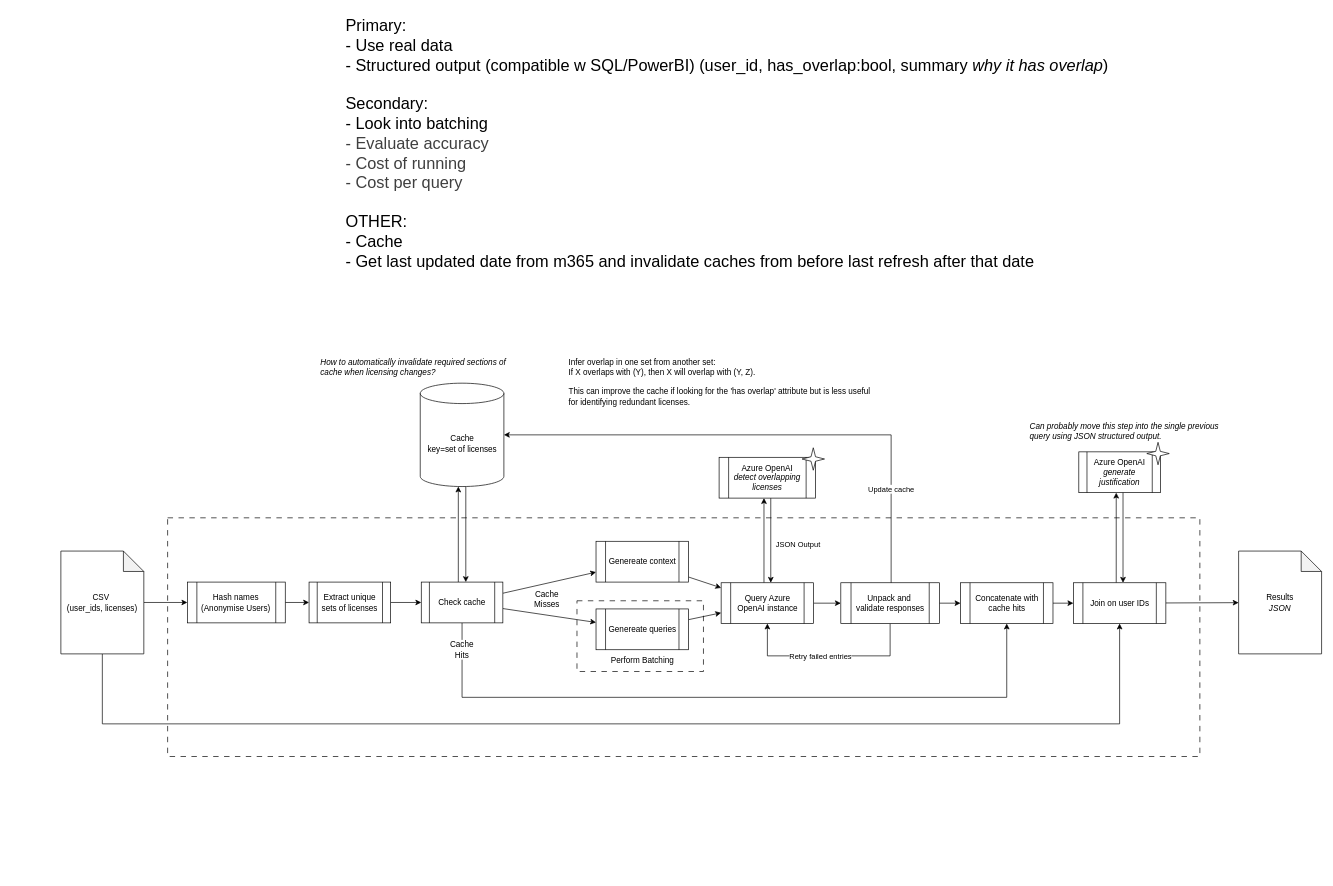
isaakchoi/m365-license-optimiser keeps this draw.io diagram as v5/architecture.drawio. Above is the earlier version. Source tidied: cells renumbered, new cells numbered last; positions are measured from the earlier drawing's top-left corner, leaving out a move shared by most shapes. Both pictures are drawn from the tidied source at 68%, with x=0, y=0 at pixel (61, 12).
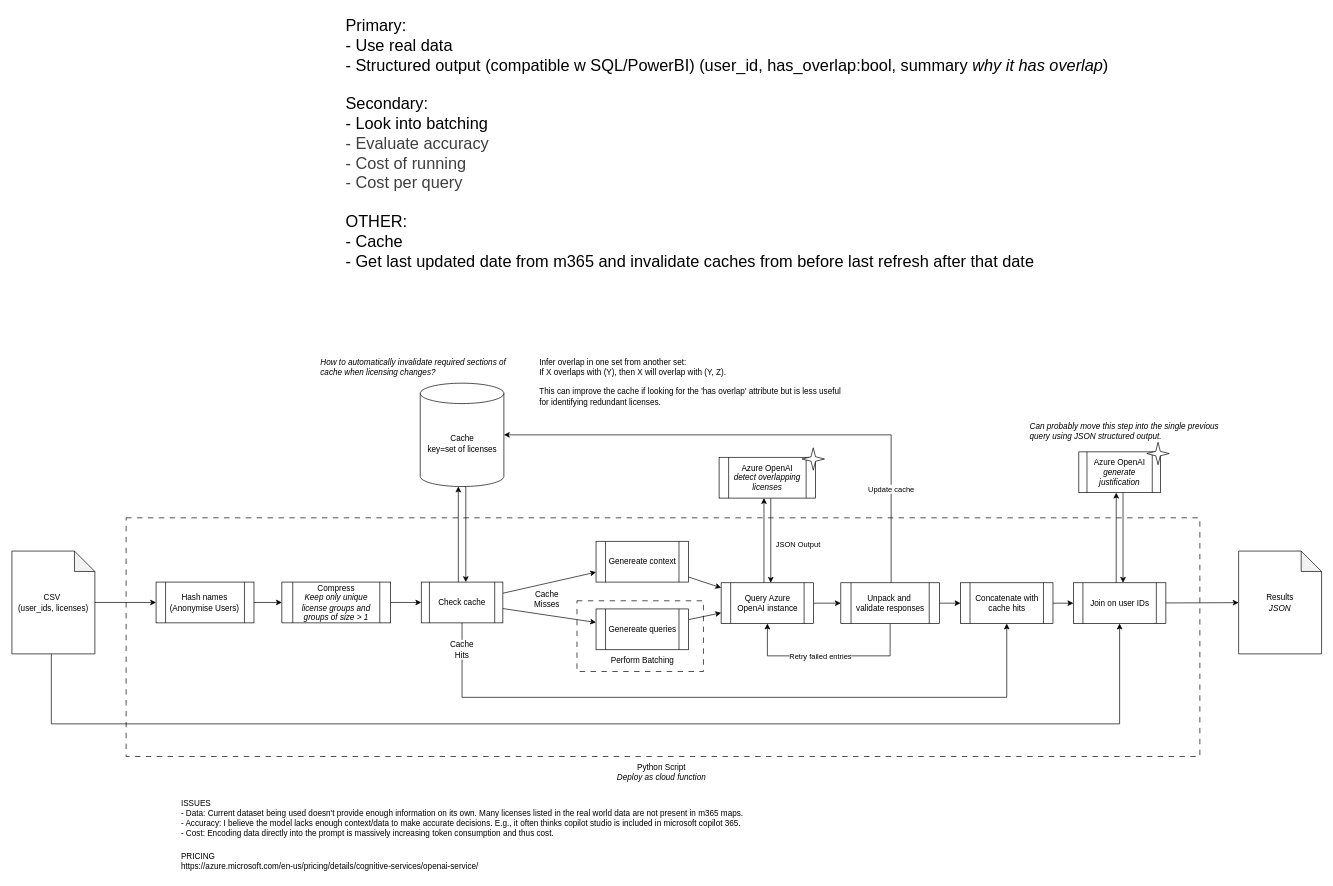
The same diagram, later.

Unchanged cells that the change refers to:
```xml
<mxCell id="36" value="Join on user IDs" style="shape=process;whiteSpace=wrap;html=1;backgroundOutline=1;" parent="1" vertex="1">
  <mxGeometry x="1489" y="839.5" width="136" height="60" as="geometry" />
</mxCell>
```

Change to the diagram source:
```diff
@@
     <mxCell id="2" style="rounded=0;whiteSpace=wrap;html=1;dashed=1;dashPattern=8 8;" parent="1" vertex="1">
-      <mxGeometry x="157" y="744" width="1518" height="351" as="geometry" />
+      <mxGeometry x="96" y="744" width="1579" height="351" as="geometry" />
     </mxCell>
@@
     <mxCell id="5" style="edgeStyle=orthogonalEdgeStyle;html=1;entryX=0.5;entryY=1;entryDx=0;entryDy=0;rounded=0;curved=0;" parent="1" edge="1" source="7" target="36">
       <mxGeometry relative="1" as="geometry">
         <Array as="points">
-          <mxPoint x="61" y="1047" />
+          <mxPoint x="-14" y="1047" />
           <mxPoint x="1557" y="1047" />
         </Array>
       </mxGeometry>
     </mxCell>
@@
     <mxCell id="7" value="CSV&amp;nbsp;&lt;div&gt;(user_ids, licenses)&lt;/div&gt;" style="shape=note;whiteSpace=wrap;html=1;backgroundOutline=1;darkOpacity=0.05;" parent="1" vertex="1">
-      <mxGeometry y="792.9" width="122" height="151.2" as="geometry" />
+      <mxGeometry x="-72" y="792.9" width="122" height="151.2" as="geometry" />
     </mxCell>
@@
-    <mxCell id="9" value="Extract unique sets of licenses" style="shape=process;whiteSpace=wrap;html=1;backgroundOutline=1;" parent="1" vertex="1">
-      <mxGeometry x="365" y="838.5" width="120" height="60" as="geometry" />
+    <mxCell id="9" value="Compress&lt;br&gt;&lt;i&gt;Keep only unique license &lt;/i&gt;&lt;i style=&quot;background-color: transparent;&quot;&gt;groups and groups of size &amp;gt; 1&lt;/i&gt;" style="shape=process;whiteSpace=wrap;html=1;backgroundOutline=1;" parent="1" vertex="1">
+      <mxGeometry x="325" y="838.5" width="160" height="60" as="geometry" />
     </mxCell>
@@
     <mxCell id="47" value="&lt;span style=&quot;font-style: normal;&quot;&gt;&lt;font&gt;Infer overlap in one set from another set:&lt;/font&gt;&lt;/span&gt;&lt;div&gt;&lt;span style=&quot;font-style: normal;&quot;&gt;If X overlaps with (Y), then X will overlap with (Y, Z).&lt;/span&gt;&lt;/div&gt;&lt;div&gt;&lt;span style=&quot;font-style: normal;&quot;&gt;&lt;br&gt;&lt;/span&gt;&lt;/div&gt;&lt;div&gt;&lt;span style=&quot;font-style: normal;&quot;&gt;This can improve the cache if looking for the 'has overlap' attribute but is less useful for identifying redundant licenses.&lt;/span&gt;&lt;/div&gt;" style="text;html=1;align=left;verticalAlign=top;whiteSpace=wrap;rounded=0;fontStyle=2;" parent="1" vertex="1">
-      <mxGeometry x="745" y="502" width="459" height="85" as="geometry" />
+      <mxGeometry x="702" y="502" width="459" height="85" as="geometry" />
     </mxCell>
@@
     <mxCell id="49" value="Hash names (Anonymise Users)" style="shape=process;whiteSpace=wrap;html=1;backgroundOutline=1;" parent="1" vertex="1">
-      <mxGeometry x="186" y="838.5" width="144" height="60" as="geometry" />
+      <mxGeometry x="140" y="838.5" width="144" height="60" as="geometry" />
     </mxCell>
@@
+    <mxCell id="53" value="PRICING&lt;div&gt;https://azure.microsoft.com/en-us/pricing/details/cognitive-services/openai-service/&lt;/div&gt;" style="text;html=1;align=left;verticalAlign=middle;strokeColor=none;fillColor=none;" parent="1" vertex="1">
+      <mxGeometry x="175" y="1228" width="456" height="41" as="geometry" />
+    </mxCell>
+    <mxCell id="54" value="Python Script&lt;div&gt;&lt;i&gt;Deploy as cloud function&lt;/i&gt;&lt;/div&gt;" style="text;html=1;align=center;verticalAlign=middle;strokeColor=none;fillColor=none;" parent="1" vertex="1">
+      <mxGeometry x="808" y="1097" width="149" height="41" as="geometry" />
+    </mxCell>
+    <mxCell id="55" value="ISSUES&lt;div&gt;- Data: Current dataset being used doesn't provide enough information on its own. Many licenses listed in the real world data are not present in m365 maps.&lt;/div&gt;&lt;div&gt;- Accuracy: I believe the model lacks enough context/data to make accurate decisions. E.g., it often thinks copilot studio is included in microsoft copilot 365.&lt;/div&gt;&lt;div&gt;- Cost: Encoding data directly into the prompt is massively increasing token consumption and thus cost.&lt;/div&gt;" style="text;html=1;align=left;verticalAlign=middle;strokeColor=none;fillColor=none;" parent="1" vertex="1">
+      <mxGeometry x="175" y="1151" width="845" height="70" as="geometry" />
+    </mxCell>
```
